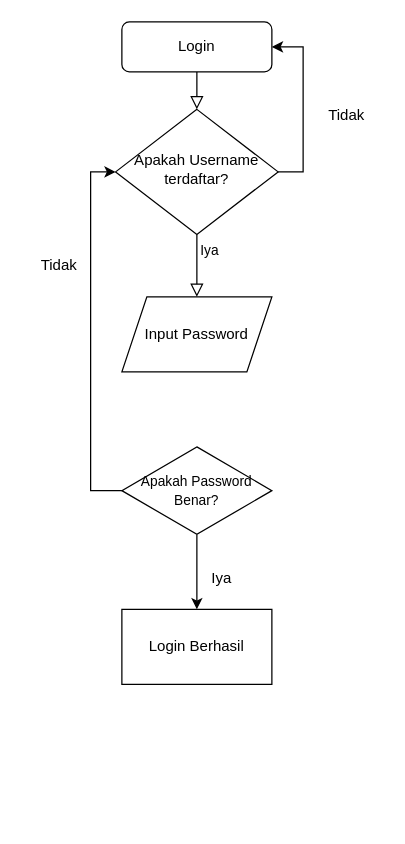
This is page "Login" (1 of 3) of Untitled Diagram.drawio from aththariq/TugasBesarFIX, a draw.io file, before an edit. Source tidied: cells renumbered, new cells numbered last; positions are measured from the earlier drawing's top-left corner, leaving out a move shared by most shapes. Both pictures are drawn from the tidied source at 125%, with x=0, y=0 at pixel (21, 21).
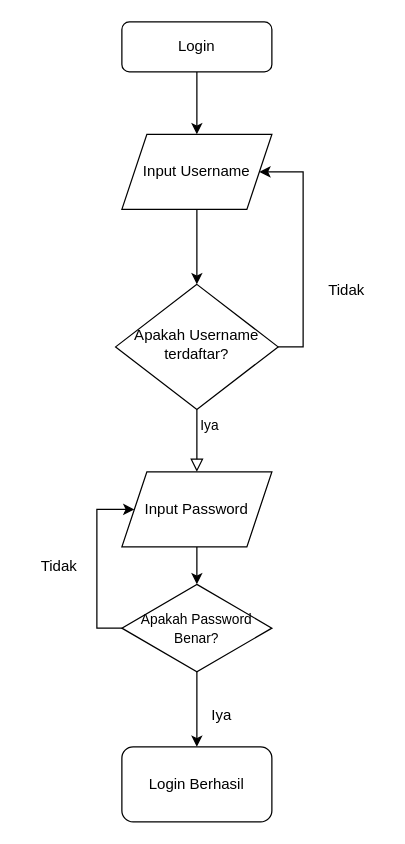
The same diagram, later.

The change refers to these unchanged cells:
```xml
<mxCell id="3" value="Login" style="rounded=1;whiteSpace=wrap;html=1;fontSize=12;glass=0;strokeWidth=1;shadow=0;" parent="1" vertex="1">
  <mxGeometry x="80" width="120" height="40" as="geometry" />
</mxCell>
```

Change to the diagram source:
```diff
@@
-    <mxCell id="2" style="rounded=0;html=1;jettySize=auto;fontSize=11;endArrow=block;endFill=0;endSize=8;strokeWidth=1;shadow=0;labelBackgroundColor=none;edgeStyle=orthogonalEdgeStyle;" parent="1" edge="1" source="3" target="6">
-      <mxGeometry relative="1" as="geometry" />
-    </mxCell>
+    <mxCell id="15" style="edgeStyle=orthogonalEdgeStyle;rounded=0;jettySize=auto;html=1;exitX=0.5;exitY=1;exitDx=0;exitDy=0;entryX=0.5;entryY=0;entryDx=0;entryDy=0;" parent="1" edge="1" source="3" target="20">
+      <mxGeometry relative="1" as="geometry" />
+    </mxCell>
@@
     <mxCell id="4" value="Iya" style="rounded=0;html=1;jettySize=auto;fontSize=11;endArrow=block;endFill=0;endSize=8;strokeWidth=1;shadow=0;labelBackgroundColor=none;edgeStyle=orthogonalEdgeStyle;entryX=0.5;entryY=0;entryDx=0;entryDy=0;" parent="1" edge="1" source="6">
       <mxGeometry x="-0.5" y="10" relative="1" as="geometry">
-        <mxPoint x="140" y="220" as="targetPoint" />
+        <mxPoint x="140" y="360" as="targetPoint" />
       </mxGeometry>
     </mxCell>
-    <mxCell id="5" style="edgeStyle=orthogonalEdgeStyle;rounded=0;jettySize=auto;html=1;exitX=1;exitY=0.5;exitDx=0;exitDy=0;entryX=1;entryY=0.5;entryDx=0;entryDy=0;" parent="1" edge="1" source="6" target="3">
-      <mxGeometry relative="1" as="geometry" />
-    </mxCell>
+    <mxCell id="16" style="edgeStyle=orthogonalEdgeStyle;rounded=0;jettySize=auto;html=1;exitX=1;exitY=0.5;exitDx=0;exitDy=0;entryX=1;entryY=0.5;entryDx=0;entryDy=0;" parent="1" edge="1" source="6" target="20">
+      <mxGeometry relative="1" as="geometry">
+        <Array as="points">
+          <mxPoint x="225" y="260" />
+          <mxPoint x="225" y="120" />
+        </Array>
+      </mxGeometry>
+    </mxCell>
     <mxCell id="6" value="Apakah Username terdaftar?" style="rhombus;whiteSpace=wrap;html=1;shadow=0;fontFamily=Helvetica;fontSize=12;align=center;strokeWidth=1;spacing=6;spacingTop=-4;" parent="1" vertex="1">
-      <mxGeometry x="75" y="70" width="130" height="100" as="geometry" />
+      <mxGeometry x="75" y="210" width="130" height="100" as="geometry" />
     </mxCell>
     <mxCell id="7" value="&lt;font style=&quot;font-size: 12px;&quot;&gt;Tidak&lt;/font&gt;" style="text;strokeColor=none;align=center;fillColor=none;html=1;verticalAlign=middle;whiteSpace=wrap;rounded=0;" parent="1" vertex="1">
-      <mxGeometry x="230" y="60" width="60" height="30" as="geometry" />
+      <mxGeometry x="230" y="200" width="60" height="30" as="geometry" />
     </mxCell>
-    <mxCell id="8" style="edgeStyle=orthogonalEdgeStyle;rounded=0;jettySize=auto;html=1;exitX=0;exitY=0.5;exitDx=0;exitDy=0;entryX=0;entryY=0.5;entryDx=0;entryDy=0;" parent="1" edge="1" source="10" target="6">
-      <mxGeometry relative="1" as="geometry" />
-    </mxCell>
-    <mxCell id="9" style="edgeStyle=orthogonalEdgeStyle;rounded=0;jettySize=auto;html=1;exitX=0.5;exitY=1;exitDx=0;exitDy=0;" parent="1" edge="1" source="10" target="12">
-      <mxGeometry relative="1" as="geometry" />
+    <mxCell id="9" style="edgeStyle=orthogonalEdgeStyle;rounded=0;jettySize=auto;html=1;exitX=0.5;exitY=1;exitDx=0;exitDy=0;" parent="1" edge="1" source="10">
+      <mxGeometry relative="1" as="geometry">
+        <mxPoint x="140" y="580" as="targetPoint" />
+      </mxGeometry>
     </mxCell>
+    <mxCell id="17" style="edgeStyle=orthogonalEdgeStyle;rounded=0;jettySize=auto;html=1;exitX=0;exitY=0.5;exitDx=0;exitDy=0;entryX=0;entryY=0.5;entryDx=0;entryDy=0;" parent="1" edge="1" source="10" target="14">
+      <mxGeometry relative="1" as="geometry">
+        <Array as="points">
+          <mxPoint x="60" y="485" />
+          <mxPoint x="60" y="390" />
+        </Array>
+      </mxGeometry>
+    </mxCell>
     <mxCell id="10" value="&lt;font style=&quot;font-size: 11px;&quot;&gt;Apakah Password Benar?&lt;/font&gt;" style="rhombus;whiteSpace=wrap;html=1;" parent="1" vertex="1">
-      <mxGeometry x="80" y="340" width="120" height="70" as="geometry" />
+      <mxGeometry x="80" y="450" width="120" height="70" as="geometry" />
     </mxCell>
     <mxCell id="11" value="Tidak" style="text;strokeColor=none;align=center;fillColor=none;html=1;verticalAlign=middle;whiteSpace=wrap;rounded=0;" parent="1" vertex="1">
-      <mxGeometry y="180" width="60" height="30" as="geometry" />
+      <mxGeometry y="421" width="60" height="30" as="geometry" />
     </mxCell>
+    <mxCell id="13" value="Iya" style="text;strokeColor=none;align=center;fillColor=none;html=1;verticalAlign=middle;whiteSpace=wrap;rounded=0;" parent="1" vertex="1">
+      <mxGeometry x="130" y="540" width="60" height="30" as="geometry" />
+    </mxCell>
+    <mxCell id="18" style="edgeStyle=orthogonalEdgeStyle;rounded=0;jettySize=auto;html=1;" parent="1" edge="1" source="14" target="10">
+      <mxGeometry relative="1" as="geometry" />
+    </mxCell>
+    <mxCell id="14" value="Input Password" style="shape=parallelogram;perimeter=parallelogramPerimeter;whiteSpace=wrap;html=1;fixedSize=1;" parent="1" vertex="1">
+      <mxGeometry x="80" y="360" width="120" height="60" as="geometry" />
+    </mxCell>
+    <mxCell id="19" style="edgeStyle=orthogonalEdgeStyle;rounded=0;jettySize=auto;html=1;exitX=0.5;exitY=1;exitDx=0;exitDy=0;entryX=0.5;entryY=0;entryDx=0;entryDy=0;" parent="1" edge="1" source="20" target="6">
+      <mxGeometry relative="1" as="geometry" />
+    </mxCell>
+    <mxCell id="20" value="Input Username" style="shape=parallelogram;perimeter=parallelogramPerimeter;whiteSpace=wrap;html=1;fixedSize=1;" parent="1" vertex="1">
+      <mxGeometry x="80" y="90" width="120" height="60" as="geometry" />
+    </mxCell>
-    <mxCell id="12" value="Login Berhasil&lt;br&gt;" style="rounded=0;whiteSpace=wrap;html=1;" parent="1" vertex="1">
-      <mxGeometry x="80" y="470" width="120" height="60" as="geometry" />
+    <mxCell id="12" value="Login Berhasil" style="rounded=1;whiteSpace=wrap;html=1;" parent="1" vertex="1">
+      <mxGeometry x="80" y="580" width="120" height="60" as="geometry" />
     </mxCell>
-    <mxCell id="13" value="Iya" style="text;strokeColor=none;align=center;fillColor=none;html=1;verticalAlign=middle;whiteSpace=wrap;rounded=0;" parent="1" vertex="1">
-      <mxGeometry x="130" y="430" width="60" height="30" as="geometry" />
-    </mxCell>
-    <mxCell id="14" value="Input Password" style="shape=parallelogram;perimeter=parallelogramPerimeter;whiteSpace=wrap;html=1;fixedSize=1;" parent="1" vertex="1">
-      <mxGeometry x="80" y="220" width="120" height="60" as="geometry" />
-    </mxCell>
```
